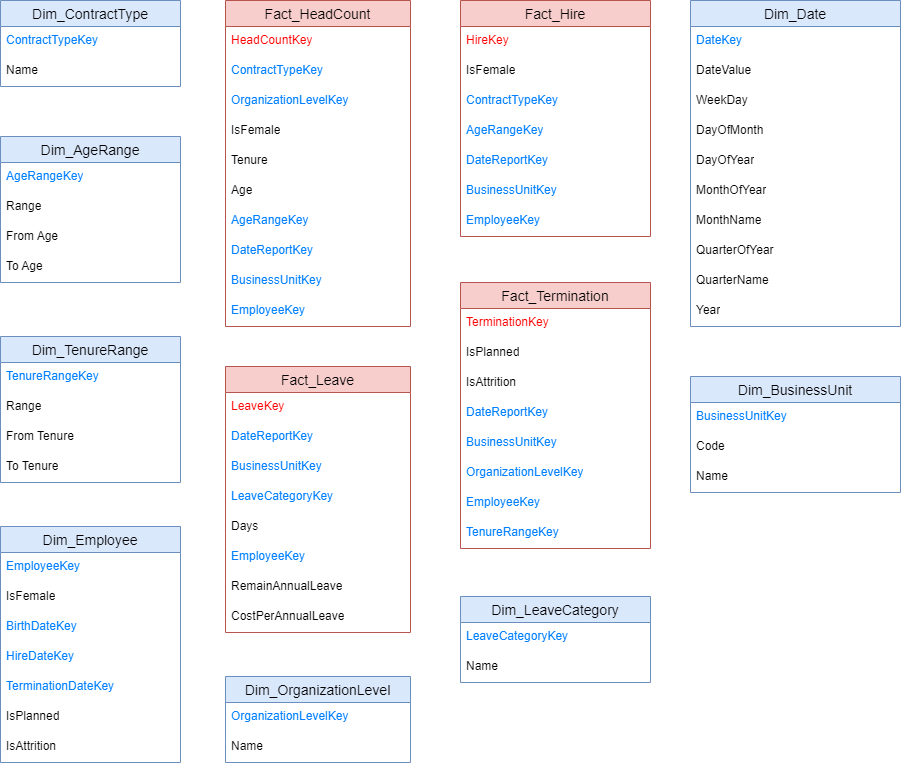
This is [Week 5] Database Dashboard/Database/Overview.png from khuatbaonguyen123/Mentorship-Program, a draw.io export, as it was before one commit. Source tidied: cells renumbered, new cells last; positions are measured from the earlier drawing's top-left corner, leaving out a move shared by most shapes.
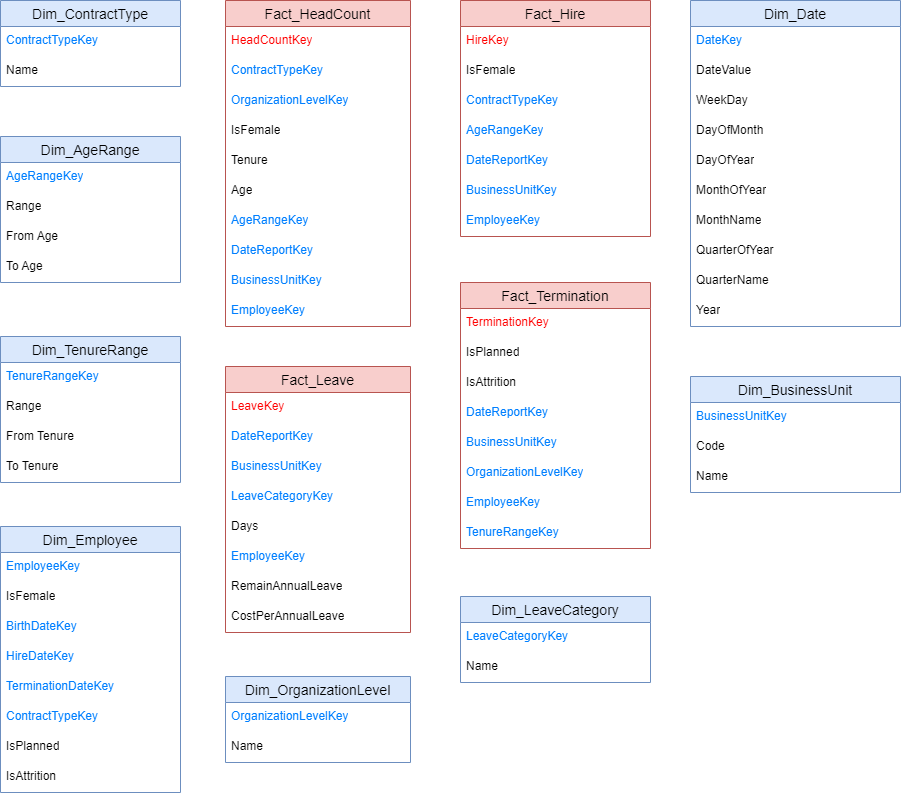
The same diagram one commit later.

What changed in the source:
```diff
@@ -174,7 +174,7 @@
       <mxGeometry y="56" width="190" height="30" as="geometry" />
     </mxCell>
     <mxCell id="59" value="Dim_Employee" style="swimlane;fontStyle=0;horizontal=1;startSize=26;align=center;fontSize=14;fillColor=#dae8fc;strokeColor=#6c8ebf;" parent="1" vertex="1">
-      <mxGeometry y="526" width="180" height="236" as="geometry" />
+      <mxGeometry y="526" width="180" height="266" as="geometry" />
     </mxCell>
     <mxCell id="60" value="EmployeeKey" style="text;strokeColor=none;fillColor=none;spacingLeft=4;spacingRight=4;overflow=hidden;fontSize=12;whiteSpace=wrap;html=1;fontColor=#007FFF;" parent="59" vertex="1">
       <mxGeometry y="26" width="180" height="30" as="geometry" />
@@ -188,14 +188,17 @@
     <mxCell id="63" value="HireDateKey" style="text;strokeColor=none;fillColor=none;spacingLeft=4;spacingRight=4;overflow=hidden;fontSize=12;whiteSpace=wrap;html=1;fontColor=#007FFF;" parent="59" vertex="1">
       <mxGeometry y="116" width="180" height="30" as="geometry" />
     </mxCell>
+    <mxCell id="81" value="TerminationDateKey" style="text;strokeColor=none;fillColor=none;spacingLeft=4;spacingRight=4;overflow=hidden;fontSize=12;whiteSpace=wrap;html=1;fontColor=#007FFF;" parent="59" vertex="1">
+      <mxGeometry y="146" width="180" height="30" as="geometry" />
+    </mxCell>
-    <mxCell id="64" value="TerminationDateKey" style="text;strokeColor=none;fillColor=none;spacingLeft=4;spacingRight=4;overflow=hidden;fontSize=12;whiteSpace=wrap;html=1;fontColor=#007FFF;" parent="59" vertex="1">
-      <mxGeometry y="146" width="180" height="30" as="geometry" />
+    <mxCell id="64" value="ContractTypeKey" style="text;strokeColor=none;fillColor=none;spacingLeft=4;spacingRight=4;overflow=hidden;fontSize=12;whiteSpace=wrap;html=1;fontColor=#007FFF;" parent="59" vertex="1">
+      <mxGeometry y="176" width="180" height="30" as="geometry" />
     </mxCell>
     <mxCell id="65" value="IsPlanned" style="text;strokeColor=none;fillColor=none;spacingLeft=4;spacingRight=4;overflow=hidden;fontSize=12;whiteSpace=wrap;html=1;" parent="59" vertex="1">
-      <mxGeometry y="176" width="180" height="30" as="geometry" />
+      <mxGeometry y="206" width="180" height="30" as="geometry" />
     </mxCell>
     <mxCell id="66" value="IsAttrition" style="text;strokeColor=none;fillColor=none;spacingLeft=4;spacingRight=4;overflow=hidden;fontSize=12;whiteSpace=wrap;html=1;" parent="59" vertex="1">
-      <mxGeometry y="206" width="180" height="30" as="geometry" />
+      <mxGeometry y="236" width="180" height="30" as="geometry" />
     </mxCell>
     <mxCell id="67" value="Fact_Termination" style="swimlane;fontStyle=0;horizontal=1;startSize=26;align=center;fontSize=14;fillColor=#f8cecc;strokeColor=#b85450;" parent="1" vertex="1">
       <mxGeometry x="460" y="282" width="190" height="266" as="geometry" />
```
